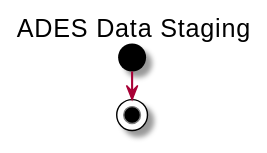
Above: docs/2. Unity Diagrams/Algorithm Execution/03_Algorithm_Process.svg in unity-sds/unity-architecture (PlantUML), before the change.
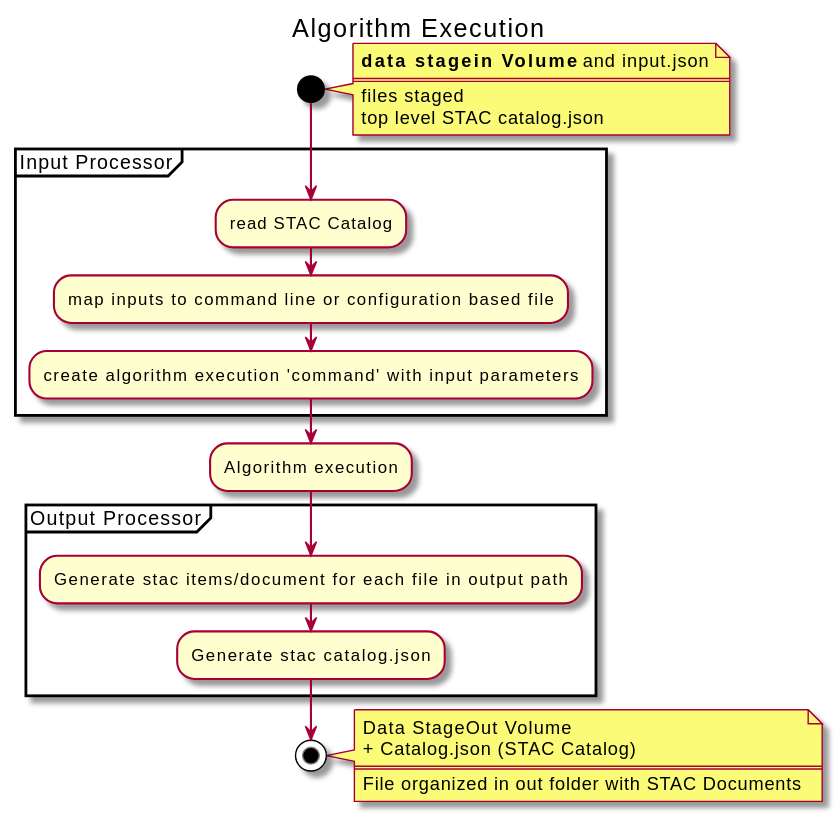
After the change.

Diff of the diagram source:
```diff
@@ -1,10 +1,34 @@
 @startuml
-title ADES Data Staging
+title Algorithm Execution
 
 start
+note right
+  **data stagein Volume** and input.json
+  ====
+  files staged
+  top level STAC catalog.json
+end note
 
+partition "Input Processor" {
+  :read STAC Catalog;
+  :map inputs to command line or configuration based file;
+  :create algorithm execution 'command' with input parameters;
+}
+
+:Algorithm execution;
+
+partition "Output Processor" {
+    :Generate stac items/document for each file in output path;
+    :Generate stac catalog.json;
+}
 
 stop
+note right
+  Data StageOut Volume
+  + Catalog.json (STAC Catalog)
+  ====
+  File organized in out folder with STAC Documents
+end note
 
 
 
```
